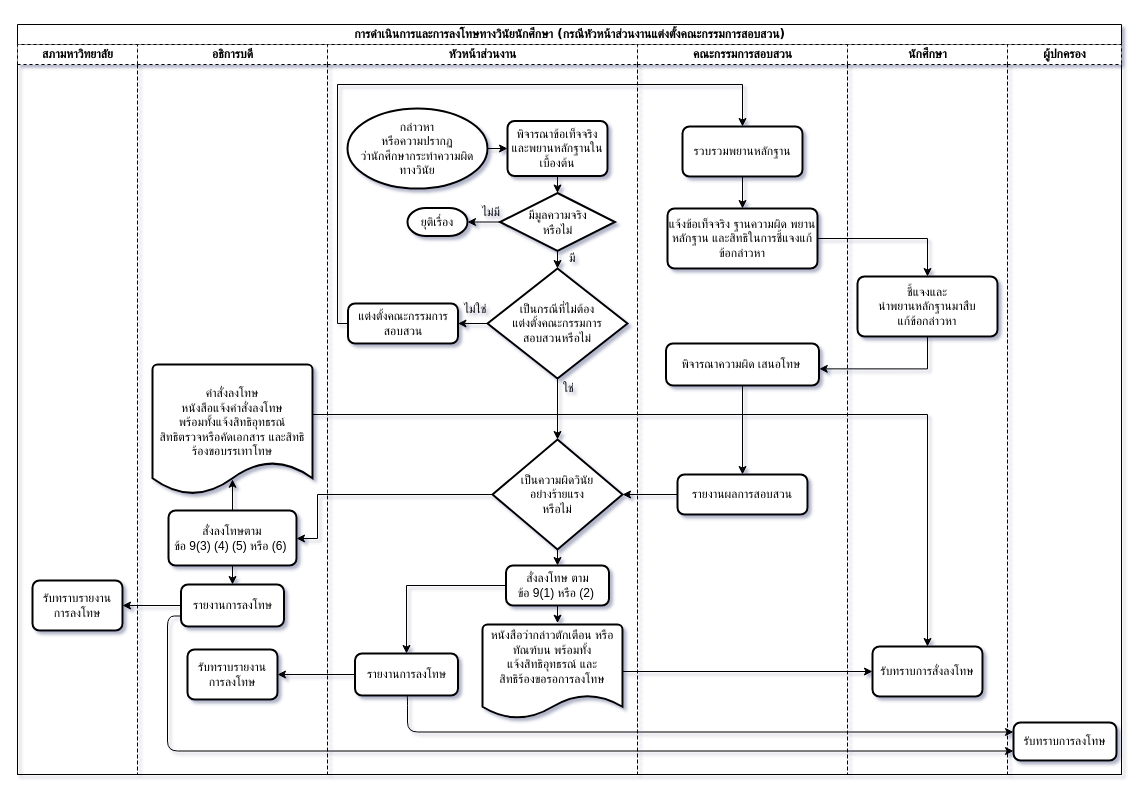
ninjacharlee/test keeps this draw.io diagram as flow_vinai_faculty.drawio. Above is the earlier version. Source tidied: cells renumbered, new cells numbered last; positions are measured from the earlier drawing's top-left corner, leaving out a move shared by most shapes. Both pictures are drawn from the tidied source at 100%, with x=0, y=0 at pixel (17, 24).
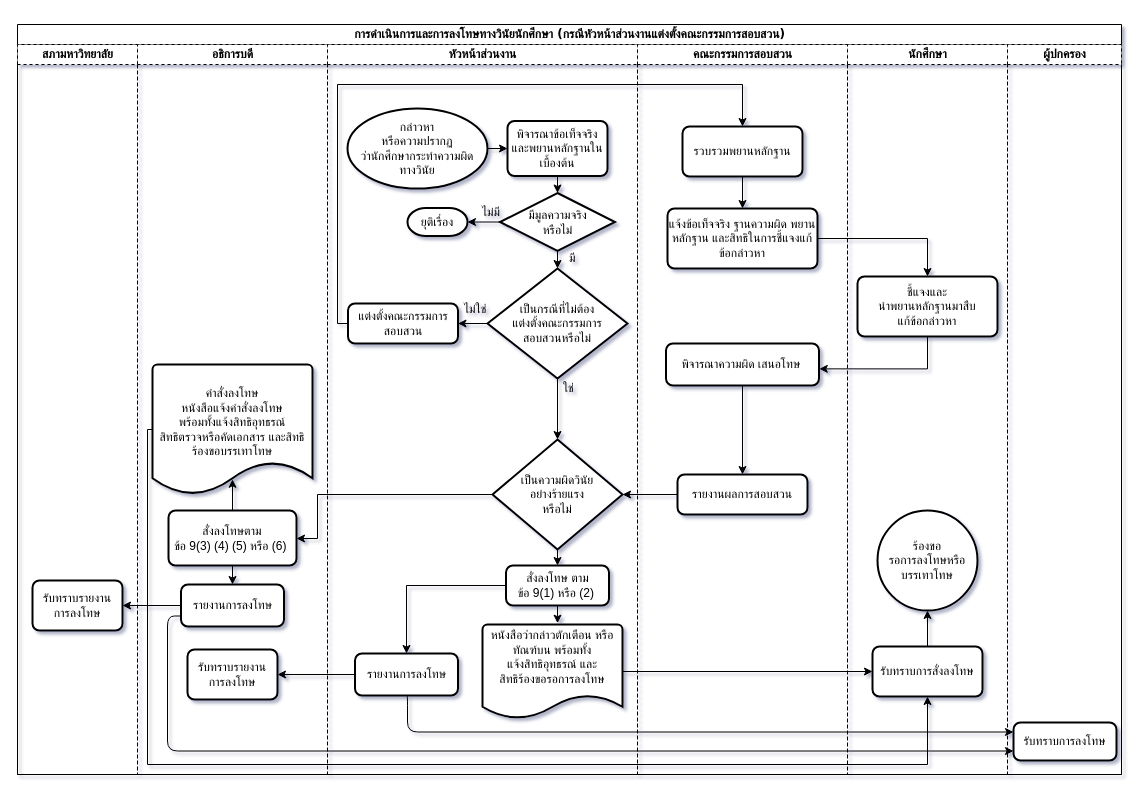
After the change.

The change refers to these unchanged cells:
```xml
<mxCell id="2" value="&lt;h2&gt;การดำเนินการและการลงโทษทางวินัยนักศึกษา (กรณีหัวหน้าส่วนงานแต่งตั้งคณะกรรมการสอบสวน)&lt;/h2&gt;" style="swimlane;html=1;startSize=20;rounded=0;shadow=0;labelBackgroundColor=none;strokeColor=#000000;strokeWidth=1;fillColor=#ffffff;fontFamily=Verdana;fontSize=8;fontColor=#000000;align=center;" parent="1" vertex="1">
  <mxGeometry width="1104" height="750" as="geometry" />
</mxCell>
<mxCell id="9" value="คำสั่งลงโทษ&lt;br&gt;หนังสือแจ้งคำสั่งลงโทษ&lt;br&gt;พร้อมทั้งแจ้งสิทธิอุทธรณ์ &lt;br&gt;สิทธิตรวจหรือคัดเอกสาร และสิทธิร้องขอบรรเทาโทษ&lt;br&gt;&lt;br&gt;" style="strokeWidth=2;html=1;shape=mxgraph.flowchart.document2;whiteSpace=wrap;size=0.25;" parent="5" vertex="1">
  <mxGeometry x="15" y="320" width="160" height="130" as="geometry" />
</mxCell>
<mxCell id="41" value="นักศึกษา" style="swimlane;html=1;startSize=20;dashed=1;" parent="2" vertex="1">
  <mxGeometry x="830" y="20" width="160" height="730" as="geometry" />
</mxCell>
<mxCell id="43" value="รับทราบการสั่งลงโทษ" style="rounded=1;whiteSpace=wrap;html=1;absoluteArcSize=1;arcSize=14;strokeWidth=2;shadow=0;glass=0;comic=0;gradientColor=none;" parent="41" vertex="1">
  <mxGeometry x="25" y="602" width="110" height="50" as="geometry" />
</mxCell>
```

What changed in the source:
```diff
@@
+    <mxCell id="59" style="edgeStyle=orthogonalEdgeStyle;rounded=0;jettySize=auto;html=1;exitX=0.5;exitY=0;exitDx=0;exitDy=0;entryX=0.5;entryY=1;entryDx=0;entryDy=0;entryPerimeter=0;" parent="41" edge="1" source="43" target="60">
+      <mxGeometry relative="1" as="geometry" />
+    </mxCell>
@@
+    <mxCell id="60" value="ร้องขอ&lt;br&gt;รอการลงโทษหรือบรรเทาโทษ" style="strokeWidth=2;html=1;shape=mxgraph.flowchart.start_2;whiteSpace=wrap;" parent="41" vertex="1">
+      <mxGeometry x="30" y="466" width="100" height="100" as="geometry" />
+    </mxCell>
@@
-    <mxCell id="54" style="edgeStyle=orthogonalEdgeStyle;rounded=0;jettySize=auto;html=1;entryX=0.5;entryY=0;entryDx=0;entryDy=0;" parent="2" edge="1" source="9" target="43">
-      <mxGeometry relative="1" as="geometry">
-        <Array as="points">
-          <mxPoint x="910" y="390" />
-        </Array>
-      </mxGeometry>
-    </mxCell>
@@
+    <mxCell id="54" style="edgeStyle=orthogonalEdgeStyle;rounded=0;jettySize=auto;html=1;entryX=0.5;entryY=1;entryDx=0;entryDy=0;" parent="2" edge="1" source="9" target="43">
+      <mxGeometry relative="1" as="geometry">
+        <Array as="points">
+          <mxPoint x="130" y="405" />
+          <mxPoint x="130" y="740" />
+          <mxPoint x="910" y="740" />
+        </Array>
+      </mxGeometry>
+    </mxCell>
```
